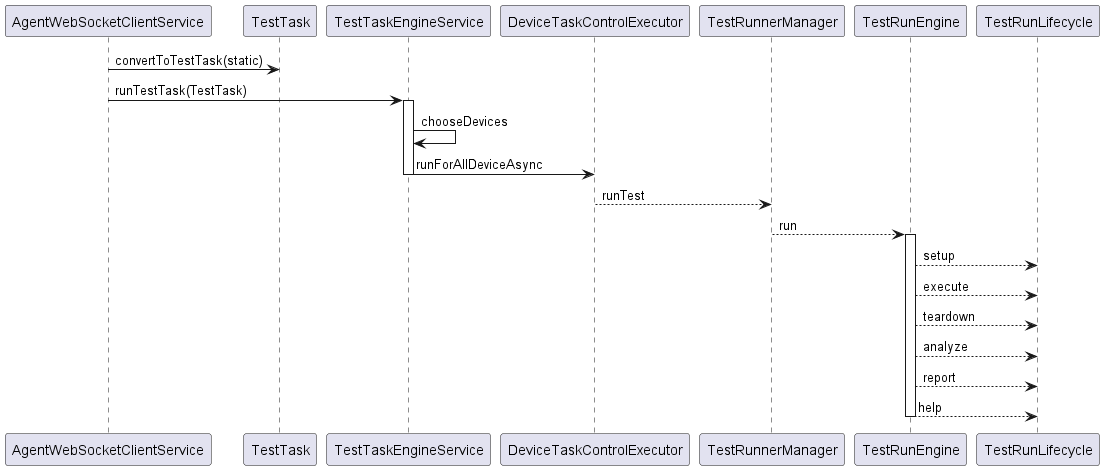
microsoft/HydraLab keeps this PlantUML diagram as docs/images/UML/running_sequence_new.png. Above is the earlier version. Its diagram source:
```plantuml
@startuml running_sequence_new
AgentWebSocketClientService -> TestTask: convertToTestTask(static)
AgentWebSocketClientService -> TestTaskEngineService :runTestTask(TestTask)
activate TestTaskEngineService
TestTaskEngineService -> TestTaskEngineService: chooseDevices
TestTaskEngineService -> DeviceTaskControlExecutor: runForAllDeviceAsync
deactivate TestTaskEngineService
DeviceTaskControlExecutor --> TestRunnerManager: runTest
TestRunnerManager --> TestRunEngine: run
activate TestRunEngine
TestRunEngine --> TestRunLifecycle: setup
TestRunEngine --> TestRunLifecycle: execute
TestRunEngine --> TestRunLifecycle: teardown
TestRunEngine --> TestRunLifecycle: analyze
TestRunEngine --> TestRunLifecycle: report
TestRunEngine --> TestRunLifecycle: help
deactivate TestRunEngine
@enduml
```
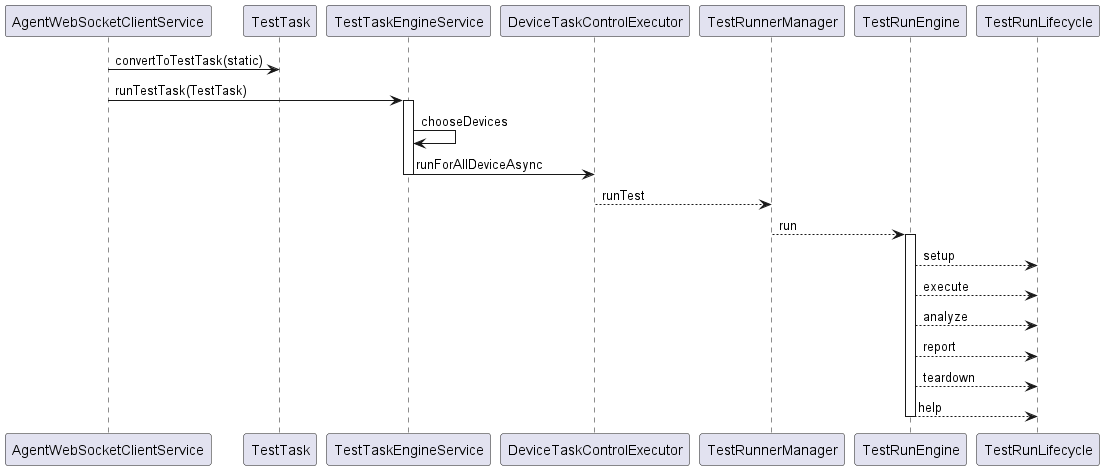
The same file after the commit.

Diff of the diagram source:
```diff
@@ -10,9 +10,9 @@
 activate TestRunEngine
 TestRunEngine --> TestRunLifecycle: setup
 TestRunEngine --> TestRunLifecycle: execute
-TestRunEngine --> TestRunLifecycle: teardown
 TestRunEngine --> TestRunLifecycle: analyze
 TestRunEngine --> TestRunLifecycle: report
+TestRunEngine --> TestRunLifecycle: teardown
 TestRunEngine --> TestRunLifecycle: help
 deactivate TestRunEngine
 @enduml
```
